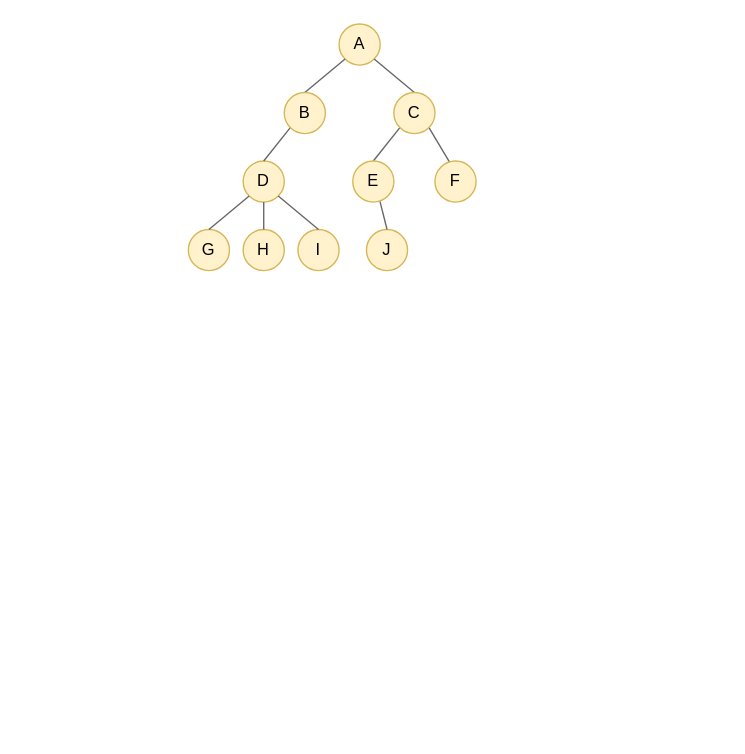
The draw.io diagram Untitled Diagram.drawio in pandongfeng/diligence, before the edit. Source tidied: cells renumbered, new cells numbered last; positions are measured from the earlier drawing's top-left corner, leaving out a move shared by most shapes. Both pictures are drawn from the tidied source at 137%, with x=0, y=0 at pixel (188, 23).
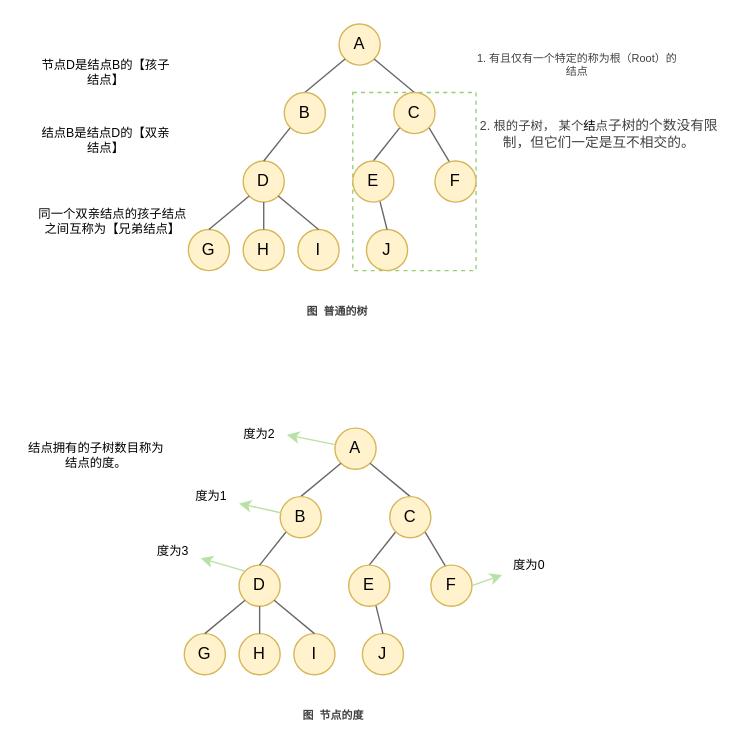
The same page after the edit.

Diff of the diagram source:
```diff
@@
+    <mxCell id="21" style="rounded=0;whiteSpace=wrap;html=1;fontSize=8;dashed=1;strokeColor=#97D077;" parent="1" vertex="1">
+      <mxGeometry x="120" y="50" width="90" height="130" as="geometry" />
+    </mxCell>
@@
+    <mxCell id="22" value="&lt;span style=&quot;color: rgb(64 , 64 , 64) ; font-size: 8px ; background-color: rgb(255 , 255 , 255)&quot;&gt;1. 有且仅有一个特定的称为根（Root）的结点&lt;/span&gt;" style="text;html=1;strokeColor=none;fillColor=none;align=center;verticalAlign=middle;whiteSpace=wrap;rounded=0;fontSize=8;" parent="1" vertex="1">
+      <mxGeometry x="209" y="20" width="150" height="20" as="geometry" />
+    </mxCell>
+    <mxCell id="23" value="&lt;span style=&quot;color: rgb(64 , 64 , 64) ; font-size: 8px ; font-style: normal ; letter-spacing: normal ; text-indent: 0px ; text-transform: none ; word-spacing: 0px ; background-color: rgb(255 , 255 , 255) ; display: inline ; float: none&quot;&gt;图&amp;nbsp; 普通的树&lt;/span&gt;" style="text;html=1;strokeColor=none;fillColor=none;align=center;verticalAlign=middle;whiteSpace=wrap;rounded=0;fontSize=8;fontStyle=1;" parent="1" vertex="1">
+      <mxGeometry x="54" y="200" width="110" height="20" as="geometry" />
+    </mxCell>
+    <mxCell id="24" value="&lt;span style=&quot;color: rgb(64 , 64 , 64) ; font-size: 9px ; background-color: rgb(255 , 255 , 255)&quot;&gt;2. 根的子树， 某个&lt;/span&gt;结&lt;span style=&quot;color: rgb(64 , 64 , 64) ; font-size: 9px ; background-color: rgb(255 , 255 , 255)&quot;&gt;点&lt;/span&gt;&lt;font color=&quot;#404040&quot; size=&quot;1&quot;&gt;子树的个数没有限制，但它们一定是互不相交的。&lt;/font&gt;" style="text;html=1;strokeColor=none;fillColor=none;align=center;verticalAlign=middle;whiteSpace=wrap;rounded=0;dashed=1;fontSize=9;" parent="1" vertex="1">
+      <mxGeometry x="210" y="60" width="180" height="40" as="geometry" />
+    </mxCell>
+    <mxCell id="25" value="节点D是结点B的【孩子结点】" style="text;html=1;strokeColor=none;fillColor=none;align=center;verticalAlign=middle;whiteSpace=wrap;rounded=0;dashed=1;fontSize=9;" parent="1" vertex="1">
+      <mxGeometry x="-110" y="20" width="100" height="30" as="geometry" />
+    </mxCell>
+    <mxCell id="26" value="结点B是结点D的【双亲结点】" style="text;html=1;strokeColor=none;fillColor=none;align=center;verticalAlign=middle;whiteSpace=wrap;rounded=0;dashed=1;fontSize=9;" parent="1" vertex="1">
+      <mxGeometry x="-110" y="70" width="100" height="30" as="geometry" />
+    </mxCell>
+    <mxCell id="27" value="同一个双亲结点的孩子结点之间互称为【兄弟结点】" style="text;html=1;strokeColor=none;fillColor=none;align=center;verticalAlign=middle;whiteSpace=wrap;rounded=0;dashed=1;fontSize=9;" parent="1" vertex="1">
+      <mxGeometry x="-110" y="120" width="110" height="47.5" as="geometry" />
+    </mxCell>
+    <mxCell id="28" style="edgeStyle=none;rounded=0;orthogonalLoop=1;jettySize=auto;html=1;exitX=1;exitY=0.5;exitDx=0;exitDy=0;strokeColor=#B9E0A5;strokeWidth=1;fontSize=9;" parent="1" edge="1" source="23" target="23">
+      <mxGeometry relative="1" as="geometry" />
+    </mxCell>
+    <mxCell id="29" value="D" style="ellipse;whiteSpace=wrap;html=1;fillColor=#fff2cc;strokeColor=#d6b656;" parent="1" vertex="1">
+      <mxGeometry x="37" y="395" width="30" height="30" as="geometry" />
+    </mxCell>
+    <mxCell id="30" value="A" style="ellipse;whiteSpace=wrap;html=1;fillColor=#fff2cc;strokeColor=#d6b656;" parent="1" vertex="1">
+      <mxGeometry x="107" y="295" width="30" height="30" as="geometry" />
+    </mxCell>
+    <mxCell id="31" value="J" style="ellipse;whiteSpace=wrap;html=1;fillColor=#fff2cc;strokeColor=#d6b656;" parent="1" vertex="1">
+      <mxGeometry x="127" y="445" width="30" height="30" as="geometry" />
+    </mxCell>
+    <mxCell id="32" value="G" style="ellipse;whiteSpace=wrap;html=1;fillColor=#fff2cc;strokeColor=#d6b656;" parent="1" vertex="1">
+      <mxGeometry x="-3" y="445" width="30" height="30" as="geometry" />
+    </mxCell>
+    <mxCell id="33" value="I" style="ellipse;whiteSpace=wrap;html=1;fillColor=#fff2cc;strokeColor=#d6b656;" parent="1" vertex="1">
+      <mxGeometry x="77" y="445" width="30" height="30" as="geometry" />
+    </mxCell>
+    <mxCell id="34" value="H" style="ellipse;whiteSpace=wrap;html=1;fillColor=#fff2cc;strokeColor=#d6b656;" parent="1" vertex="1">
+      <mxGeometry x="37" y="445" width="30" height="30" as="geometry" />
+    </mxCell>
+    <mxCell id="35" style="endArrow=none;html=1;entryX=1;entryY=1;entryDx=0;entryDy=0;exitX=0.5;exitY=0;exitDx=0;exitDy=0;strokeWidth=1;strokeColor=#666666;" parent="1" edge="1" source="45" target="30">
+      <mxGeometry relative="1" as="geometry" />
+    </mxCell>
+    <mxCell id="36" style="endArrow=none;html=1;entryX=0;entryY=1;entryDx=0;entryDy=0;exitX=0.5;exitY=0;exitDx=0;exitDy=0;strokeColor=#666666;strokeWidth=1;" parent="1" edge="1" source="44" target="30">
+      <mxGeometry relative="1" as="geometry" />
+    </mxCell>
+    <mxCell id="37" style="endArrow=none;html=1;entryX=0;entryY=1;entryDx=0;entryDy=0;exitX=0.5;exitY=0;exitDx=0;exitDy=0;strokeColor=#666666;strokeWidth=1;" parent="1" edge="1" source="29" target="44">
+      <mxGeometry relative="1" as="geometry" />
+    </mxCell>
+    <mxCell id="38" style="endArrow=none;html=1;entryX=1;entryY=1;entryDx=0;entryDy=0;exitX=0.369;exitY=0.051;exitDx=0;exitDy=0;strokeColor=#666666;strokeWidth=1;exitPerimeter=0;" parent="1" edge="1" source="47" target="45">
+      <mxGeometry relative="1" as="geometry" />
+    </mxCell>
+    <mxCell id="39" style="endArrow=none;html=1;exitX=0.5;exitY=0;exitDx=0;exitDy=0;strokeColor=#666666;strokeWidth=1;entryX=0;entryY=1;entryDx=0;entryDy=0;" parent="1" edge="1" source="46" target="45">
+      <mxGeometry relative="1" as="geometry" />
+    </mxCell>
+    <mxCell id="40" style="endArrow=none;html=1;entryX=0;entryY=1;entryDx=0;entryDy=0;exitX=0.5;exitY=0;exitDx=0;exitDy=0;strokeColor=#666666;strokeWidth=1;" parent="1" edge="1" source="32" target="29">
+      <mxGeometry relative="1" as="geometry" />
+    </mxCell>
+    <mxCell id="41" style="endArrow=none;html=1;entryX=0.5;entryY=1;entryDx=0;entryDy=0;strokeColor=#666666;strokeWidth=1;" parent="1" edge="1" source="34" target="29">
+      <mxGeometry relative="1" as="geometry" />
+    </mxCell>
+    <mxCell id="42" style="endArrow=none;html=1;entryX=1;entryY=1;entryDx=0;entryDy=0;exitX=0.5;exitY=0;exitDx=0;exitDy=0;strokeColor=#666666;strokeWidth=1;" parent="1" edge="1" source="33" target="29">
+      <mxGeometry relative="1" as="geometry" />
+    </mxCell>
+    <mxCell id="43" style="endArrow=none;html=1;exitX=0.5;exitY=0;exitDx=0;exitDy=0;strokeColor=#666666;strokeWidth=1;entryX=0.662;entryY=0.981;entryDx=0;entryDy=0;entryPerimeter=0;" parent="1" edge="1" source="31" target="46">
+      <mxGeometry relative="1" as="geometry" />
+    </mxCell>
+    <mxCell id="44" value="B" style="ellipse;whiteSpace=wrap;html=1;fillColor=#fff2cc;strokeColor=#d6b656;" parent="1" vertex="1">
+      <mxGeometry x="67" y="345" width="30" height="30" as="geometry" />
+    </mxCell>
+    <mxCell id="45" value="C" style="ellipse;whiteSpace=wrap;html=1;fillColor=#fff2cc;strokeColor=#d6b656;" parent="1" vertex="1">
+      <mxGeometry x="147" y="345" width="30" height="30" as="geometry" />
+    </mxCell>
+    <mxCell id="46" value="E" style="ellipse;whiteSpace=wrap;html=1;fillColor=#fff2cc;strokeColor=#d6b656;" parent="1" vertex="1">
+      <mxGeometry x="117" y="395" width="30" height="30" as="geometry" />
+    </mxCell>
+    <mxCell id="47" value="F" style="ellipse;whiteSpace=wrap;html=1;fillColor=#fff2cc;strokeColor=#d6b656;" parent="1" vertex="1">
+      <mxGeometry x="177" y="395" width="30" height="30" as="geometry" />
+    </mxCell>
+    <mxCell id="48" value="&lt;span style=&quot;color: rgb(64 , 64 , 64) ; font-size: 8px ; font-style: normal ; letter-spacing: normal ; text-indent: 0px ; text-transform: none ; word-spacing: 0px ; background-color: rgb(255 , 255 , 255) ; display: inline ; float: none&quot;&gt;图&amp;nbsp; 节点的度&lt;/span&gt;" style="text;html=1;strokeColor=none;fillColor=none;align=center;verticalAlign=middle;whiteSpace=wrap;rounded=0;fontSize=8;fontStyle=1;" parent="1" vertex="1">
+      <mxGeometry x="51" y="495" width="110" height="20" as="geometry" />
+    </mxCell>
+    <mxCell id="49" value="结点拥有的子树数目称为结点的度。" style="text;html=1;strokeColor=none;fillColor=none;align=center;verticalAlign=middle;whiteSpace=wrap;rounded=0;dashed=1;fontSize=9;" parent="1" vertex="1">
+      <mxGeometry x="-120" y="295" width="106" height="40" as="geometry" />
+    </mxCell>
+    <mxCell id="50" value="度为2" style="text;html=1;strokeColor=none;fillColor=none;align=center;verticalAlign=middle;whiteSpace=wrap;rounded=0;dashed=1;fontSize=9;" parent="1" vertex="1">
+      <mxGeometry x="32" y="290" width="40" height="20" as="geometry" />
+    </mxCell>
+    <mxCell id="51" style="endArrow=classic;html=1;strokeWidth=1;fontSize=9;entryX=1;entryY=0.5;entryDx=0;entryDy=0;strokeColor=#B9E0A5;" parent="1" edge="1" source="30" target="50">
+      <mxGeometry relative="1" as="geometry" />
+    </mxCell>
+    <mxCell id="52" value="度为1" style="text;html=1;strokeColor=none;fillColor=none;align=center;verticalAlign=middle;whiteSpace=wrap;rounded=0;dashed=1;fontSize=9;" parent="1" vertex="1">
+      <mxGeometry x="-3" y="335" width="40" height="20" as="geometry" />
+    </mxCell>
+    <mxCell id="53" style="endArrow=classic;html=1;strokeWidth=1;fontSize=9;entryX=1;entryY=0.75;entryDx=0;entryDy=0;strokeColor=#B9E0A5;" parent="1" edge="1" source="44" target="52">
+      <mxGeometry relative="1" as="geometry" />
+    </mxCell>
+    <mxCell id="54" style="edgeStyle=none;rounded=0;orthogonalLoop=1;jettySize=auto;html=1;exitX=1;exitY=0.5;exitDx=0;exitDy=0;strokeColor=#B9E0A5;strokeWidth=1;fontSize=9;" parent="1" edge="1" source="48" target="48">
+      <mxGeometry relative="1" as="geometry" />
+    </mxCell>
+    <mxCell id="55" value="度为3" style="text;html=1;strokeColor=none;fillColor=none;align=center;verticalAlign=middle;whiteSpace=wrap;rounded=0;dashed=1;fontSize=9;" parent="1" vertex="1">
+      <mxGeometry x="-31" y="375" width="40" height="20" as="geometry" />
+    </mxCell>
+    <mxCell id="56" value="度为0" style="text;html=1;strokeColor=none;fillColor=none;align=center;verticalAlign=middle;whiteSpace=wrap;rounded=0;dashed=1;fontSize=9;" parent="1" vertex="1">
+      <mxGeometry x="229" y="385" width="40" height="20" as="geometry" />
+    </mxCell>
+    <mxCell id="57" style="endArrow=classic;html=1;strokeWidth=1;fontSize=9;entryX=1;entryY=0.75;entryDx=0;entryDy=0;strokeColor=#B9E0A5;exitX=0;exitY=0;exitDx=0;exitDy=0;" parent="1" edge="1" source="29" target="55">
+      <mxGeometry relative="1" as="geometry" />
+    </mxCell>
+    <mxCell id="58" style="endArrow=classic;html=1;strokeWidth=1;fontSize=9;strokeColor=#B9E0A5;exitX=1;exitY=0.5;exitDx=0;exitDy=0;" parent="1" edge="1" source="47" target="56">
+      <mxGeometry relative="1" as="geometry" />
+    </mxCell>
```
